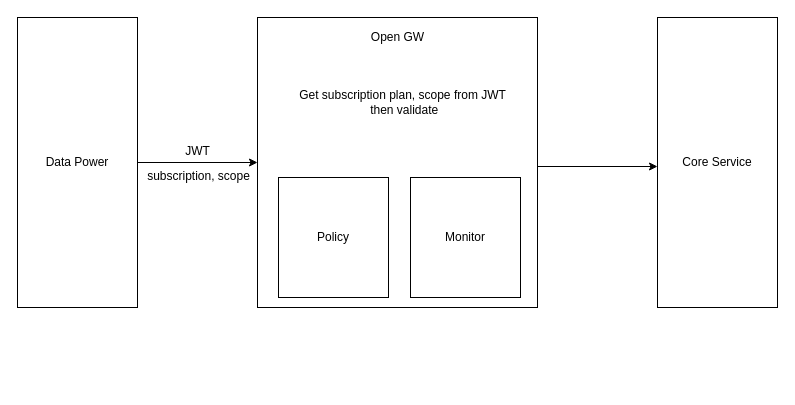
The draw.io diagram TCBS_PolicyFlow.drawio in ndhcoder/my-configs, before the edit. Source tidied: cells renumbered, new cells numbered last; positions are measured from the earlier drawing's top-left corner, leaving out a move shared by most shapes. Both pictures are drawn from the tidied source at 100%, with x=0, y=0 at pixel (17, 17).
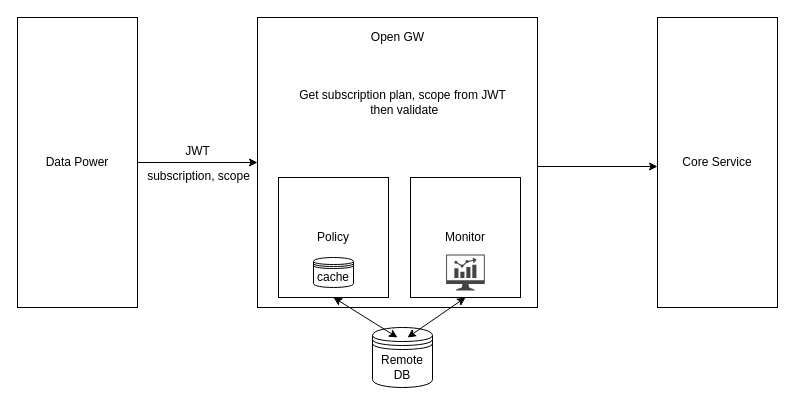
The same diagram, later.

Unchanged cells that the change refers to:
```xml
<mxCell id="7" value="Policy" style="rounded=0;whiteSpace=wrap;html=1;" parent="1" vertex="1">
  <mxGeometry x="261" y="160" width="110" height="120" as="geometry" />
</mxCell>
<mxCell id="8" value="Monitor" style="rounded=0;whiteSpace=wrap;html=1;" parent="1" vertex="1">
  <mxGeometry x="393" y="160" width="110" height="120" as="geometry" />
</mxCell>
```

Diff of the diagram source:
```diff
@@
+    <mxCell id="13" value="cache" style="shape=datastore;whiteSpace=wrap;html=1;" parent="1" vertex="1">
+      <mxGeometry x="296" y="240" width="40" height="30" as="geometry" />
+    </mxCell>
+    <mxCell id="14" style="sketch=0;shadow=0;dashed=0;html=1;strokeColor=none;fillColor=#434445;labelPosition=center;verticalLabelPosition=bottom;verticalAlign=top;align=center;shape=mxgraph.vvd.nsx_dashboard;" parent="1" vertex="1">
+      <mxGeometry x="428.6" y="237" width="38.7" height="36" as="geometry" />
+    </mxCell>
+    <mxCell id="15" value="Remote DB" style="shape=datastore;whiteSpace=wrap;html=1;" parent="1" vertex="1">
+      <mxGeometry x="355" y="310" width="60" height="60" as="geometry" />
+    </mxCell>
+    <mxCell id="16" style="endArrow=classic;startArrow=classic;html=1;rounded=0;exitX=0.5;exitY=1;exitDx=0;exitDy=0;" parent="1" edge="1" source="7">
+      <mxGeometry relative="1" as="geometry">
+        <mxPoint x="380" y="320" as="targetPoint" />
+      </mxGeometry>
+    </mxCell>
+    <mxCell id="17" style="endArrow=classic;startArrow=classic;html=1;rounded=0;entryX=0.5;entryY=1;entryDx=0;entryDy=0;" parent="1" edge="1" target="8">
+      <mxGeometry relative="1" as="geometry">
+        <mxPoint x="390" y="320" as="sourcePoint" />
+      </mxGeometry>
+    </mxCell>
```
